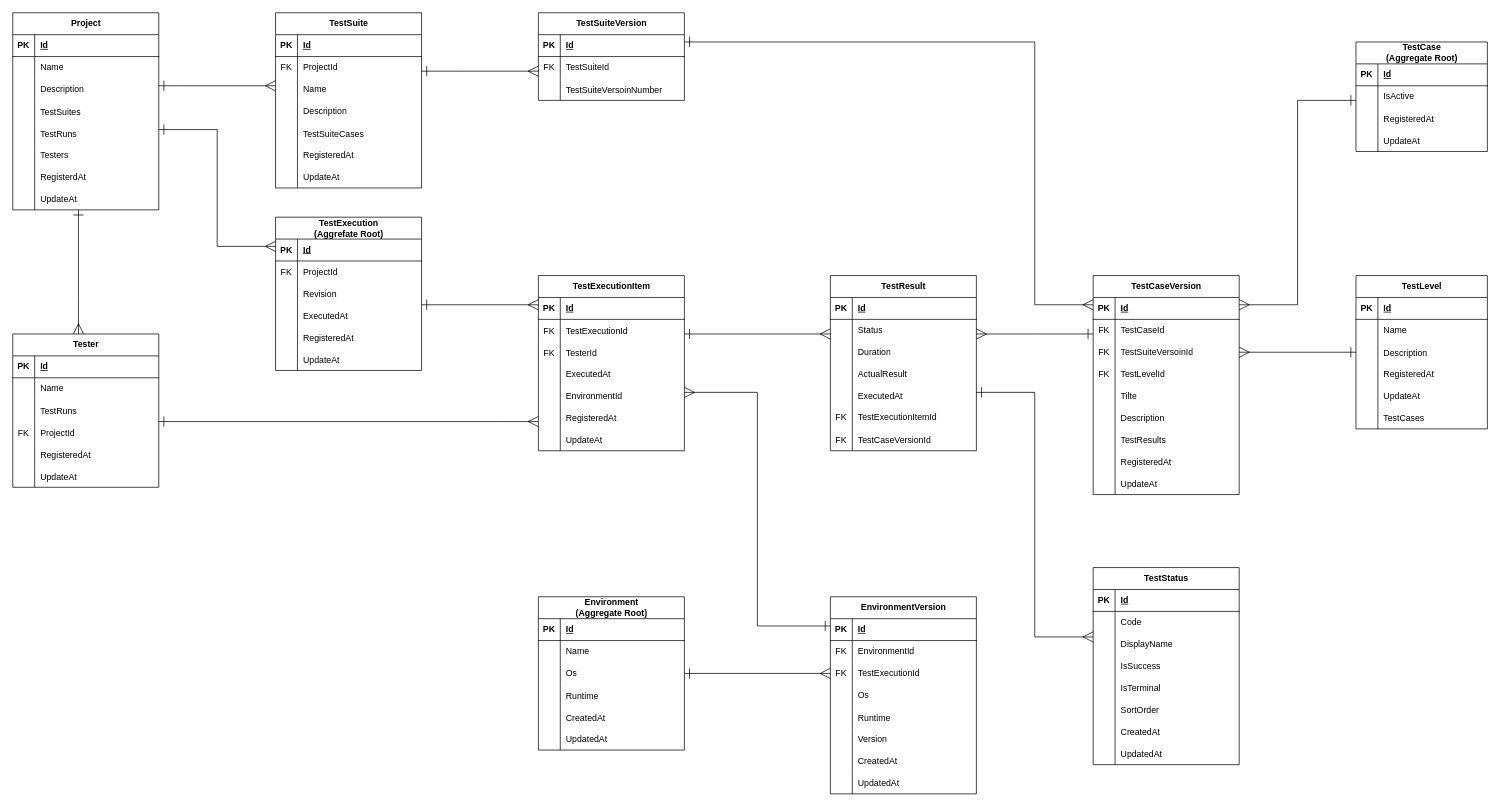
CountrySideEngineer/TestManagement keeps this draw.io diagram as page "テスト結果管理" (1 of 4) of doc/design/ER_diagram.drawio. Above is the earlier version. Source tidied: cells renumbered, new cells numbered last; positions are measured from the earlier drawing's top-left corner, leaving out a move shared by most shapes. Both pictures are drawn from the tidied source at 73%, with x=0, y=0 at pixel (12, 12).
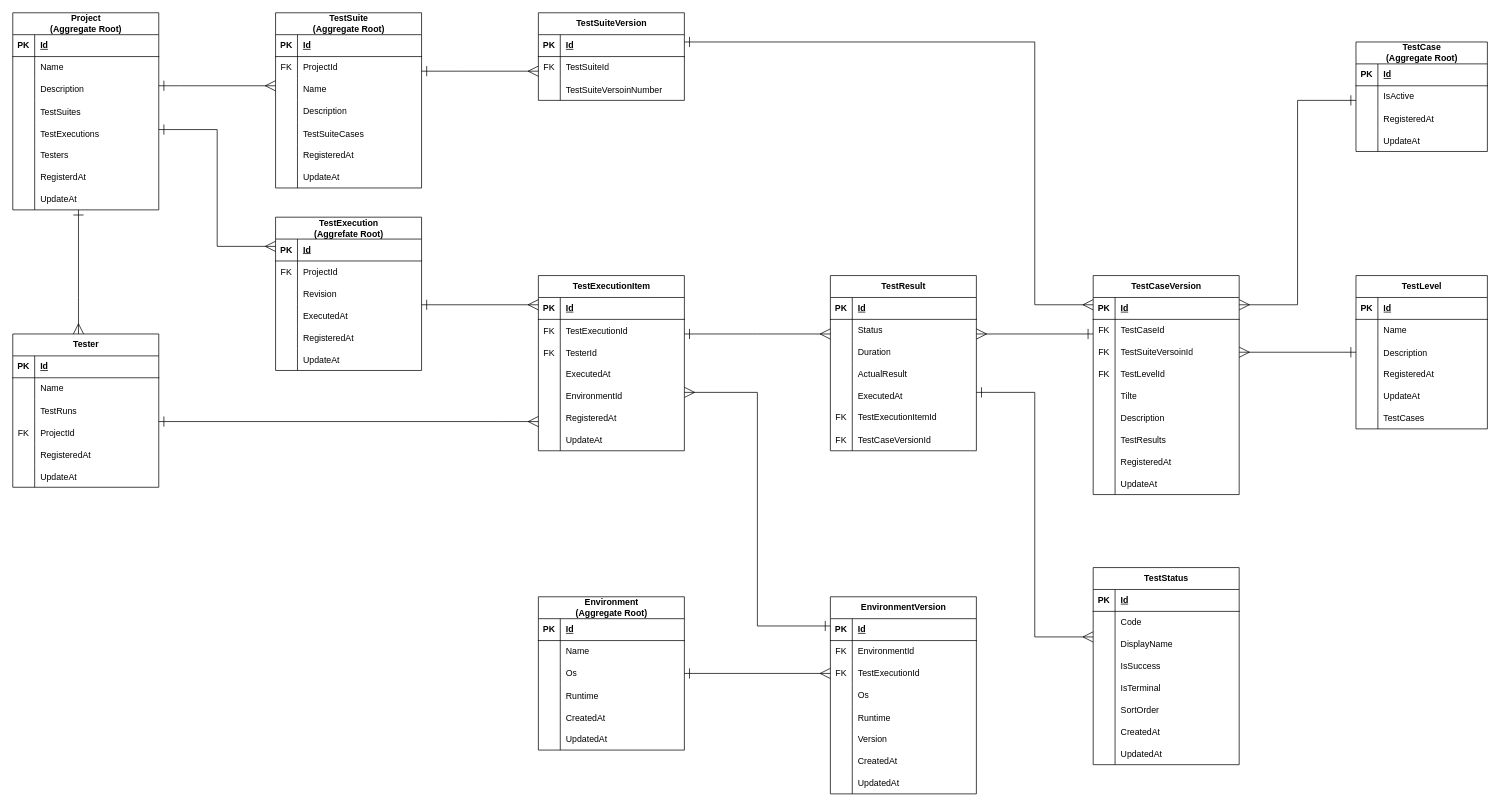
Above is the later version.

Commit message (it also covers changes not shown here):
Update DbContext class. Change "ConfigureTestSuiteCase" method name to "ConfigureTestSuiteVersion".

The change refers to these unchanged cells:
```xml
<mxCell id="92" style="shape=tableRow;horizontal=0;startSize=0;swimlaneHead=0;swimlaneBody=0;fillColor=none;top=0;left=0;right=0;bottom=0;" parent="79" vertex="1">
  <mxGeometry y="150" width="200" height="30" as="geometry" />
</mxCell>
```

Diff of the diagram source:
```diff
@@
-    <mxCell id="79" value="Project" style="shape=table;startSize=30;childLayout=tableLayout;rowLines=0;fontStyle=1;align=center;html=1;" parent="1" vertex="1">
+    <mxCell id="79" value="Project&lt;div&gt;(Aggregate Root)&lt;/div&gt;" style="shape=table;startSize=30;childLayout=tableLayout;rowLines=0;fontStyle=1;align=center;html=1;" parent="1" vertex="1">
       <mxGeometry width="200" height="270" as="geometry" />
     </mxCell>
@@
-    <mxCell id="94" value="TestRuns" style="shape=partialRectangle;fillColor=none;top=0;left=0;bottom=0;right=0;align=left;spacingLeft=6;overflow=hidden;" parent="92" vertex="1">
+    <mxCell id="94" value="TestExecutions" style="shape=partialRectangle;fillColor=none;top=0;left=0;bottom=0;right=0;align=left;spacingLeft=6;overflow=hidden;" parent="92" vertex="1">
       <mxGeometry x="30" width="170" height="30" as="geometry" />
     </mxCell>
@@
-    <mxCell id="105" value="TestSuite" style="shape=table;startSize=30;childLayout=tableLayout;rowLines=0;fontStyle=1;align=center;html=1;" parent="1" vertex="1">
+    <mxCell id="105" value="TestSuite&lt;div&gt;(Aggregate Root)&lt;/div&gt;" style="shape=table;startSize=30;childLayout=tableLayout;rowLines=0;fontStyle=1;align=center;html=1;" parent="1" vertex="1">
       <mxGeometry x="360" width="200" height="240" as="geometry" />
     </mxCell>
```
